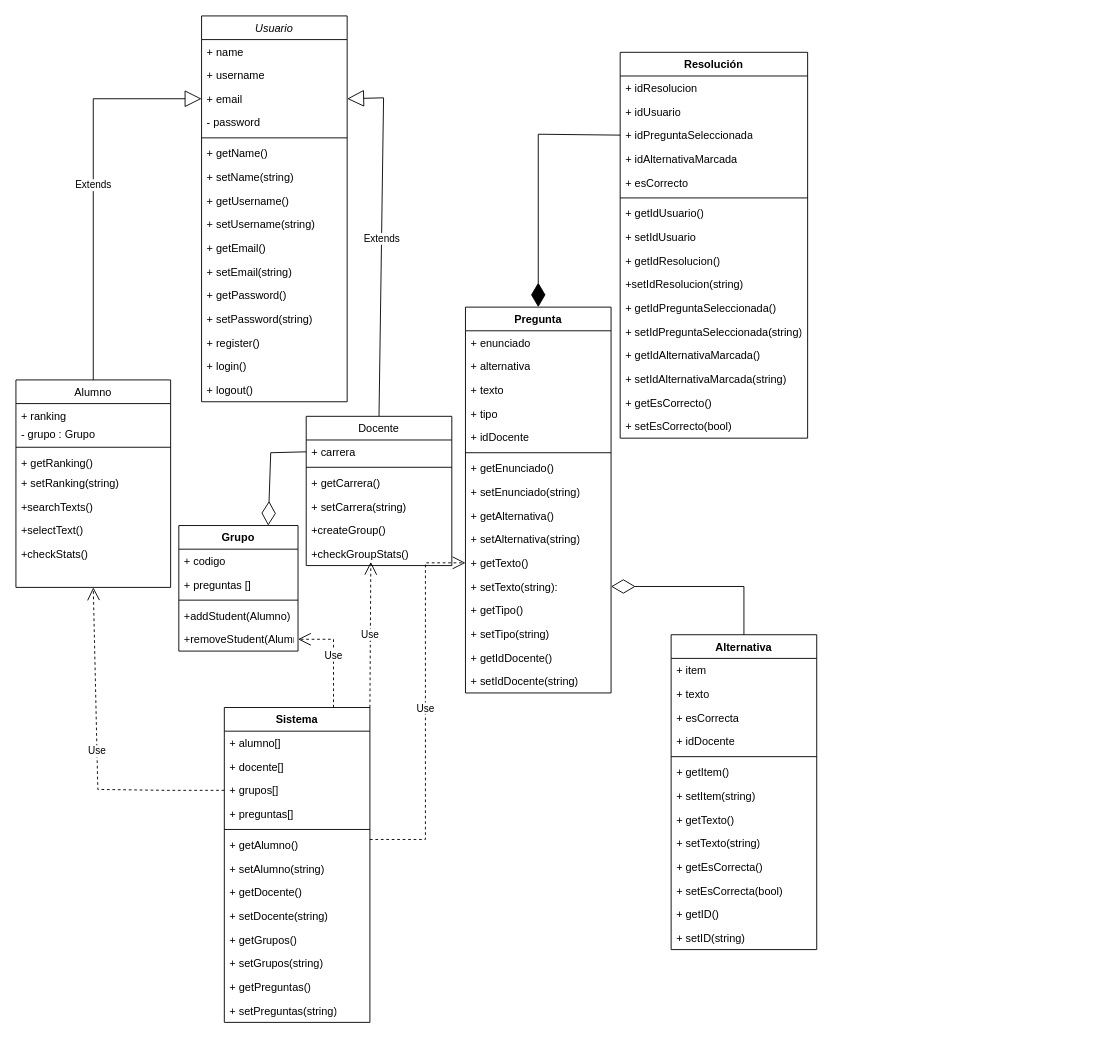
The draw.io diagram ProjectAlgo2.drawio in jhordannfree/proyectoAlgo2, before the edit. Source tidied: cells renumbered, new cells numbered last; positions are measured from the earlier drawing's top-left corner, leaving out a move shared by most shapes. Both pictures are drawn from the tidied source at 91%, with x=0, y=0 at pixel (15, 15).
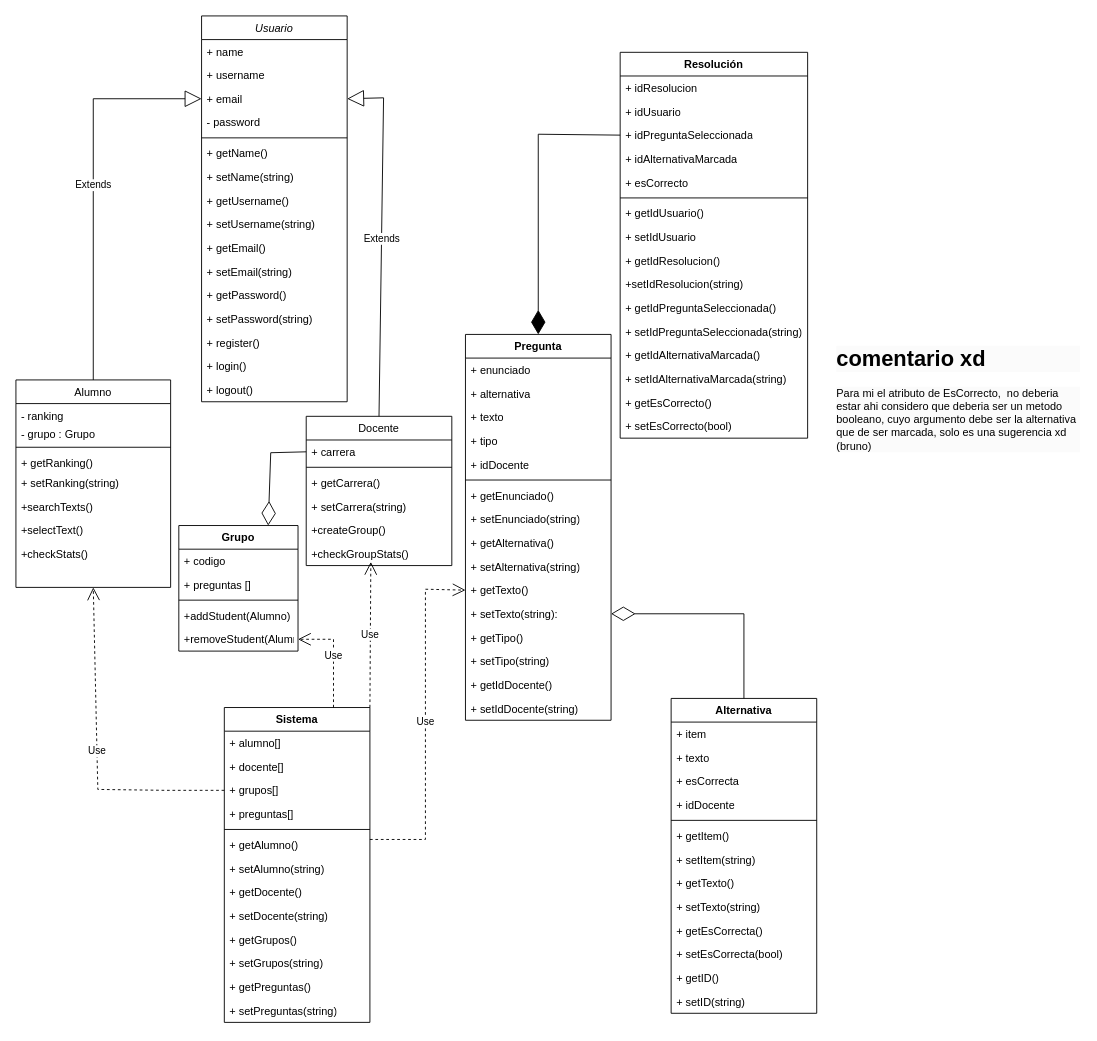
After the change.

Unchanged cells that the change refers to:
```xml
<mxCell id="19" value="Alumno" style="swimlane;fontStyle=0;align=center;verticalAlign=top;horizontal=1;startSize=26;rounded=0;shadow=0;strokeWidth=1;" parent="1" vertex="1">
  <mxGeometry y="400" width="170" height="228" as="geometry" />
</mxCell>
<mxCell id="46" value="+ getTexto()" style="text;strokeColor=none;fillColor=none;align=left;verticalAlign=top;spacingLeft=4;spacingRight=4;overflow=hidden;points=[[0,0.5],[1,0.5]];portConstraint=eastwest;whiteSpace=wrap;html=1;" parent="35" vertex="1">
  <mxGeometry y="268" width="160" height="26" as="geometry" />
</mxCell>
<mxCell id="47" value="+ setTexto(string):" style="text;strokeColor=none;fillColor=none;align=left;verticalAlign=top;spacingLeft=4;spacingRight=4;overflow=hidden;points=[[0,0.5],[1,0.5]];portConstraint=eastwest;whiteSpace=wrap;html=1;" parent="35" vertex="1">
  <mxGeometry y="294" width="160" height="26" as="geometry" />
</mxCell>
<mxCell id="78" value="+ getAlumno()" style="text;strokeColor=none;fillColor=none;align=left;verticalAlign=top;spacingLeft=4;spacingRight=4;overflow=hidden;points=[[0,0.5],[1,0.5]];portConstraint=eastwest;whiteSpace=wrap;html=1;" parent="72" vertex="1">
  <mxGeometry y="138" width="160" height="26" as="geometry" />
</mxCell>
```

What changed in the source:
```diff
@@
-    <mxCell id="20" value="+ ranking" style="text;align=left;verticalAlign=top;spacingLeft=4;spacingRight=4;overflow=hidden;rounded=0;shadow=0;html=0;" parent="19" vertex="1">
+    <mxCell id="20" value="- ranking" style="text;align=left;verticalAlign=top;spacingLeft=4;spacingRight=4;overflow=hidden;rounded=0;shadow=0;html=0;" parent="19" vertex="1">
       <mxGeometry y="26" width="170" height="20" as="geometry" />
     </mxCell>
@@
     <mxCell id="35" value="Pregunta" style="swimlane;fontStyle=1;align=center;verticalAlign=top;horizontal=1;startSize=26;whiteSpace=wrap;html=1;" parent="1" vertex="1">
-      <mxGeometry x="494" y="320" width="160" height="424" as="geometry" />
+      <mxGeometry x="494" y="350" width="160" height="424" as="geometry" />
     </mxCell>
@@
     <mxCell id="58" value="Alternativa" style="swimlane;fontStyle=1;align=center;verticalAlign=top;horizontal=1;startSize=26;whiteSpace=wrap;html=1;" parent="1" vertex="1">
-      <mxGeometry x="720" y="680" width="160" height="346" as="geometry" />
+      <mxGeometry x="720" y="750" width="160" height="346" as="geometry" />
     </mxCell>
@@
     <mxCell id="108" style="endArrow=diamondThin;endFill=0;endSize=24;html=1;rounded=0;exitX=0.5;exitY=0;exitDx=0;exitDy=0;entryX=1;entryY=0.5;entryDx=0;entryDy=0;" parent="1" edge="1" source="58" target="47">
       <mxGeometry relative="1" as="geometry">
         <Array as="points">
-          <mxPoint x="800" y="627" />
+          <mxPoint x="800" y="657" />
         </Array>
       </mxGeometry>
     </mxCell>
@@
     <mxCell id="110" value="Use" style="endArrow=open;endSize=12;dashed=1;html=1;rounded=0;exitX=1;exitY=0.269;exitDx=0;exitDy=0;exitPerimeter=0;entryX=0;entryY=0.5;entryDx=0;entryDy=0;" parent="1" edge="1" source="78" target="46">
       <mxGeometry relative="1" as="geometry">
         <Array as="points">
           <mxPoint x="450" y="905" />
-          <mxPoint x="450" y="601" />
+          <mxPoint x="450" y="630" />
         </Array>
       </mxGeometry>
     </mxCell>
@@
+    <mxCell id="112" value="&lt;h1 style=&quot;border-color: var(--border-color); color: rgb(0, 0, 0); font-family: Helvetica; font-style: normal; font-variant-ligatures: normal; font-variant-caps: normal; letter-spacing: normal; orphans: 2; text-align: left; text-indent: 0px; text-transform: none; widows: 2; word-spacing: 0px; -webkit-text-stroke-width: 0px; background-color: rgb(251, 251, 251); text-decoration-thickness: initial; text-decoration-style: initial; text-decoration-color: initial;&quot;&gt;comentario xd&lt;/h1&gt;&lt;p style=&quot;border-color: var(--border-color); color: rgb(0, 0, 0); font-family: Helvetica; font-size: 12px; font-style: normal; font-variant-ligatures: normal; font-variant-caps: normal; font-weight: 400; letter-spacing: normal; orphans: 2; text-align: left; text-indent: 0px; text-transform: none; widows: 2; word-spacing: 0px; -webkit-text-stroke-width: 0px; background-color: rgb(251, 251, 251); text-decoration-thickness: initial; text-decoration-style: initial; text-decoration-color: initial;&quot;&gt;Para mi el atributo de EsCorrecto,&amp;nbsp; no deberia estar ahi considero que deberia ser un metodo booleano, cuyo argumento debe ser la alternativa que de ser marcada, solo es una sugerencia xd (bruno)&lt;/p&gt;" style="text;whiteSpace=wrap;html=1;" parent="1" vertex="1">
+      <mxGeometry x="900" y="340" width="270" height="130" as="geometry" />
+    </mxCell>
```
